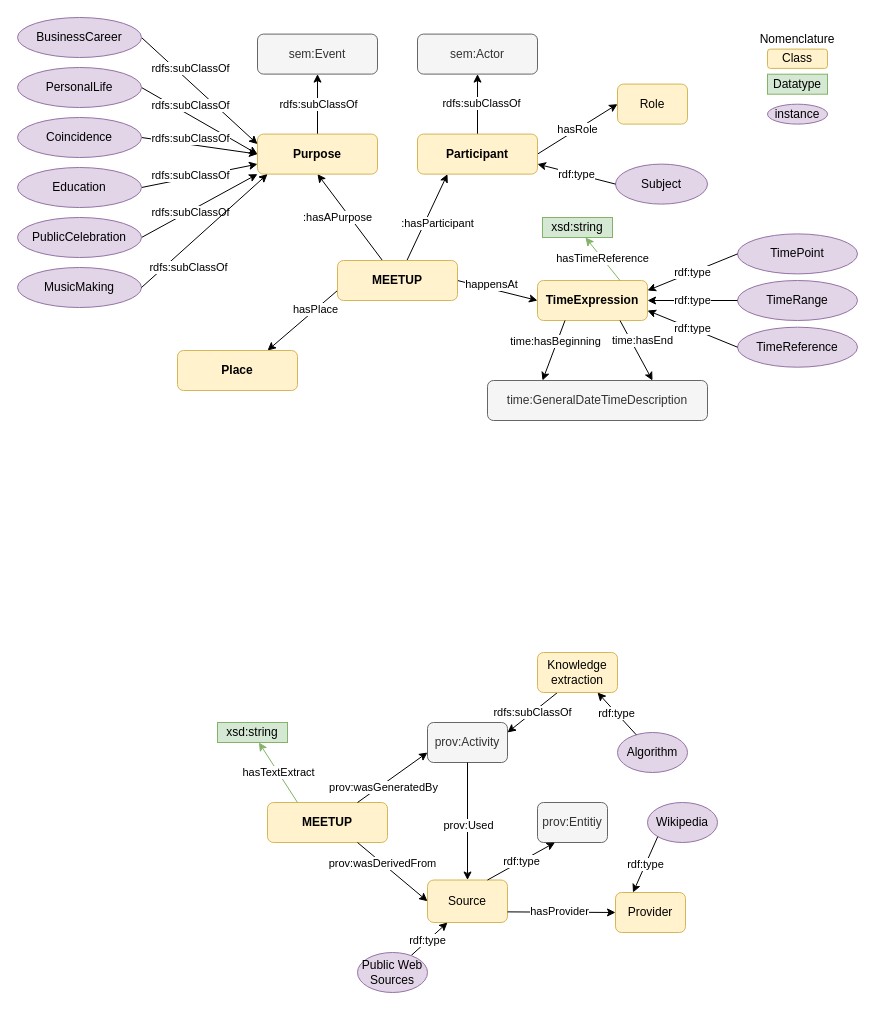
Before: page "V0.2" (1 of 2) of meetups-ont-diagram.drawio in polifonia-project/meetups-ontology, a draw.io diagram. Source tidied: cells renumbered, new cells numbered last; positions are measured from the earlier drawing's top-left corner, leaving out a move shared by most shapes. Both pictures are drawn from the tidied source at 100%, with x=0, y=0 at pixel (17, 17).
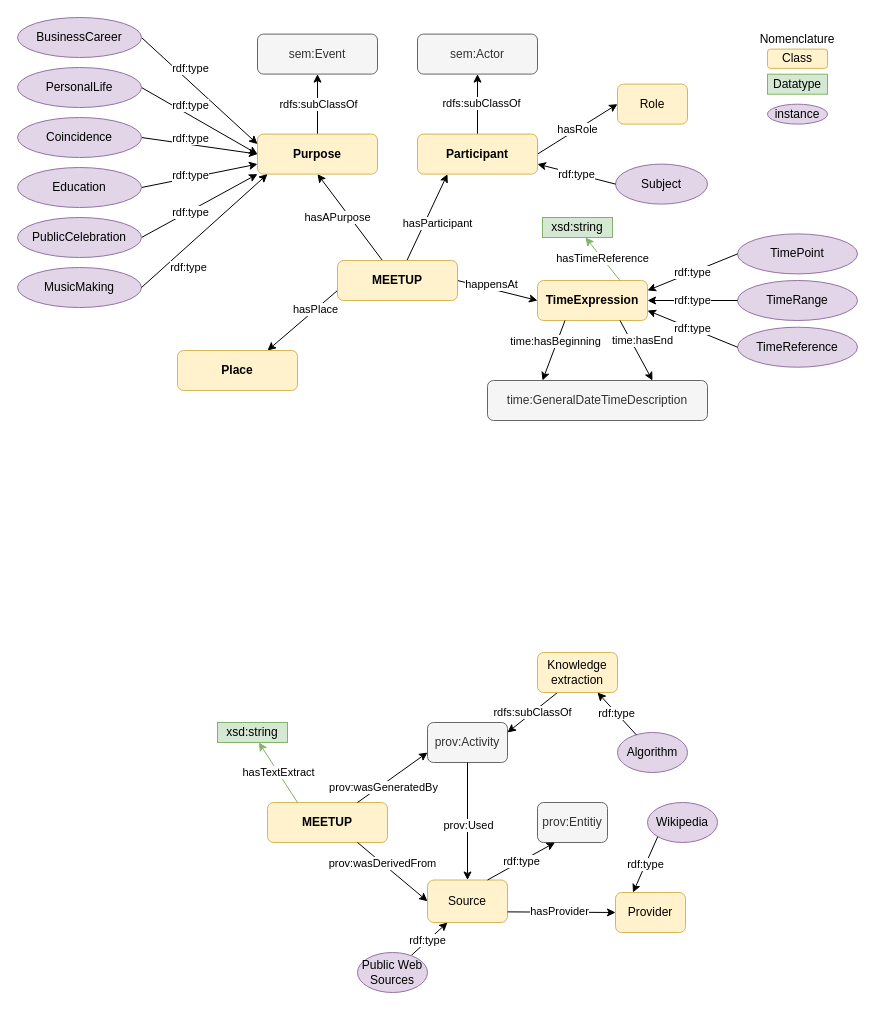
The same page after the edit.

Unchanged cells that the change refers to:
```xml
<mxCell id="16" style="edgeStyle=none;rounded=0;jettySize=auto;html=1;entryX=0.5;entryY=1;entryDx=0;entryDy=0;" parent="1" edge="1" source="21" target="22">
  <mxGeometry relative="1" as="geometry" />
</mxCell>
<mxCell id="21" value="MEETUP" style="rounded=1;whiteSpace=wrap;html=1;fillColor=#fff2cc;strokeColor=#d6b656;fontStyle=1;" parent="1" vertex="1">
  <mxGeometry x="320" y="243" width="120" height="40" as="geometry" />
</mxCell>
<mxCell id="26" value="Participant" style="rounded=1;whiteSpace=wrap;html=1;fillColor=#fff2cc;strokeColor=#d6b656;fontStyle=1;" parent="1" vertex="1">
  <mxGeometry x="400" y="116.6" width="120" height="40" as="geometry" />
</mxCell>
<mxCell id="31" style="endArrow=classic;html=1;rounded=0;exitX=1;exitY=0.5;exitDx=0;exitDy=0;entryX=0;entryY=0.25;entryDx=0;entryDy=0;" parent="1" edge="1" source="43" target="22">
  <mxGeometry relative="1" as="geometry" />
</mxCell>
<mxCell id="33" style="endArrow=classic;html=1;rounded=0;exitX=1;exitY=0.5;exitDx=0;exitDy=0;" parent="1" edge="1" source="44">
  <mxGeometry relative="1" as="geometry">
    <mxPoint x="240" y="136.6" as="targetPoint" />
  </mxGeometry>
</mxCell>
<mxCell id="35" style="endArrow=classic;html=1;rounded=0;exitX=1;exitY=0.5;exitDx=0;exitDy=0;" parent="1" edge="1" source="45">
  <mxGeometry relative="1" as="geometry">
    <mxPoint x="240" y="136.6" as="targetPoint" />
  </mxGeometry>
</mxCell>
<mxCell id="37" style="endArrow=classic;html=1;rounded=0;exitX=1;exitY=0.5;exitDx=0;exitDy=0;entryX=0;entryY=0.75;entryDx=0;entryDy=0;" parent="1" edge="1" source="46" target="22">
  <mxGeometry relative="1" as="geometry" />
</mxCell>
<mxCell id="39" style="endArrow=classic;html=1;rounded=0;exitX=1;exitY=0.5;exitDx=0;exitDy=0;entryX=0;entryY=1;entryDx=0;entryDy=0;" parent="1" edge="1" source="47" target="22">
  <mxGeometry relative="1" as="geometry" />
</mxCell>
<mxCell id="49" style="endArrow=classic;html=1;rounded=0;exitX=1;exitY=0.5;exitDx=0;exitDy=0;" parent="1" edge="1" source="48">
  <mxGeometry relative="1" as="geometry">
    <mxPoint x="250" y="156.6" as="targetPoint" />
  </mxGeometry>
</mxCell>
```

Change to the diagram source:
```diff
@@
-    <mxCell id="15" value=":hasParticipant" style="edgeStyle=none;rounded=0;jettySize=auto;html=1;entryX=0.25;entryY=1;entryDx=0;entryDy=0;" parent="1" edge="1" source="21" target="26">
+    <mxCell id="15" value="hasParticipant" style="edgeStyle=none;rounded=0;jettySize=auto;html=1;entryX=0.25;entryY=1;entryDx=0;entryDy=0;" parent="1" edge="1" source="21" target="26">
       <mxGeometry x="-0.01" y="-12" relative="1" as="geometry" />
     </mxCell>
@@
-    <mxCell id="17" value=":hasAPurpose" style="edgeLabel;html=1;align=center;verticalAlign=middle;" parent="16" vertex="1">
+    <mxCell id="17" value="hasAPurpose" style="edgeLabel;html=1;align=center;verticalAlign=middle;" parent="16" vertex="1">
       <mxGeometry x="0.26" y="3" relative="1" as="geometry">
         <mxPoint x="-2" y="9" as="offset" />
       </mxGeometry>
     </mxCell>
@@
-    <mxCell id="32" value="rdfs:subClassOf" style="edgeLabel;html=1;align=center;verticalAlign=middle;" parent="31" vertex="1">
+    <mxCell id="32" value="rdf:type" style="edgeLabel;html=1;align=center;verticalAlign=middle;" parent="31" vertex="1">
       <mxGeometry x="-0.34" y="1" relative="1" as="geometry">
         <mxPoint x="10" y="-4" as="offset" />
       </mxGeometry>
     </mxCell>
@@
-    <mxCell id="34" value="rdfs:subClassOf" style="edgeLabel;html=1;align=center;verticalAlign=middle;" parent="33" vertex="1">
+    <mxCell id="34" value="rdf:type" style="edgeLabel;html=1;align=center;verticalAlign=middle;" parent="33" vertex="1">
       <mxGeometry x="-0.34" y="1" relative="1" as="geometry">
         <mxPoint x="10" y="-4" as="offset" />
       </mxGeometry>
     </mxCell>
@@
-    <mxCell id="36" value="rdfs:subClassOf" style="edgeLabel;html=1;align=center;verticalAlign=middle;" parent="35" vertex="1">
+    <mxCell id="36" value="rdf:type" style="edgeLabel;html=1;align=center;verticalAlign=middle;" parent="35" vertex="1">
       <mxGeometry x="-0.34" y="1" relative="1" as="geometry">
         <mxPoint x="10" y="-4" as="offset" />
       </mxGeometry>
     </mxCell>
@@
-    <mxCell id="38" value="rdfs:subClassOf" style="edgeLabel;html=1;align=center;verticalAlign=middle;" parent="37" vertex="1">
+    <mxCell id="38" value="rdf:type" style="edgeLabel;html=1;align=center;verticalAlign=middle;" parent="37" vertex="1">
       <mxGeometry x="-0.34" y="1" relative="1" as="geometry">
         <mxPoint x="10" y="-4" as="offset" />
       </mxGeometry>
     </mxCell>
@@
-    <mxCell id="40" value="rdfs:subClassOf" style="edgeLabel;html=1;align=center;verticalAlign=middle;" parent="39" vertex="1">
+    <mxCell id="40" value="rdf:type" style="edgeLabel;html=1;align=center;verticalAlign=middle;" parent="39" vertex="1">
       <mxGeometry x="-0.34" y="1" relative="1" as="geometry">
         <mxPoint x="10" y="-4" as="offset" />
       </mxGeometry>
     </mxCell>
@@
-    <mxCell id="50" value="rdfs:subClassOf" style="edgeLabel;html=1;align=center;verticalAlign=middle;" parent="49" vertex="1">
+    <mxCell id="50" value="rdf:type" style="edgeLabel;html=1;align=center;verticalAlign=middle;" parent="49" vertex="1">
       <mxGeometry x="-0.34" y="1" relative="1" as="geometry">
         <mxPoint x="6" y="18" as="offset" />
       </mxGeometry>
     </mxCell>
```
